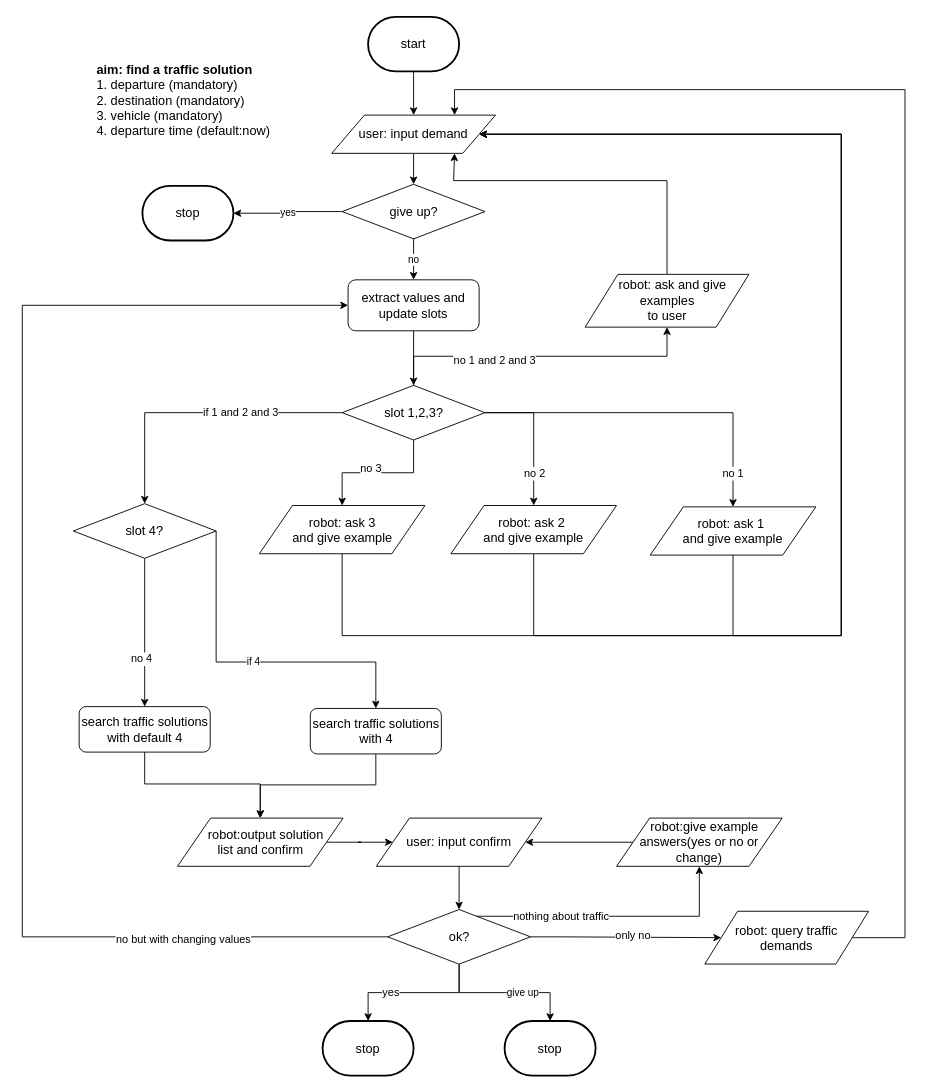
The draw.io diagram flow_diagram/traffic_consult.drawio in ricosr/travel_consult_chatbot, before the edit. Source tidied: cells renumbered, new cells numbered last; positions are measured from the earlier drawing's top-left corner, leaving out a move shared by most shapes. Both pictures are drawn from the tidied source at 91%, with x=0, y=0 at pixel (22, 16).
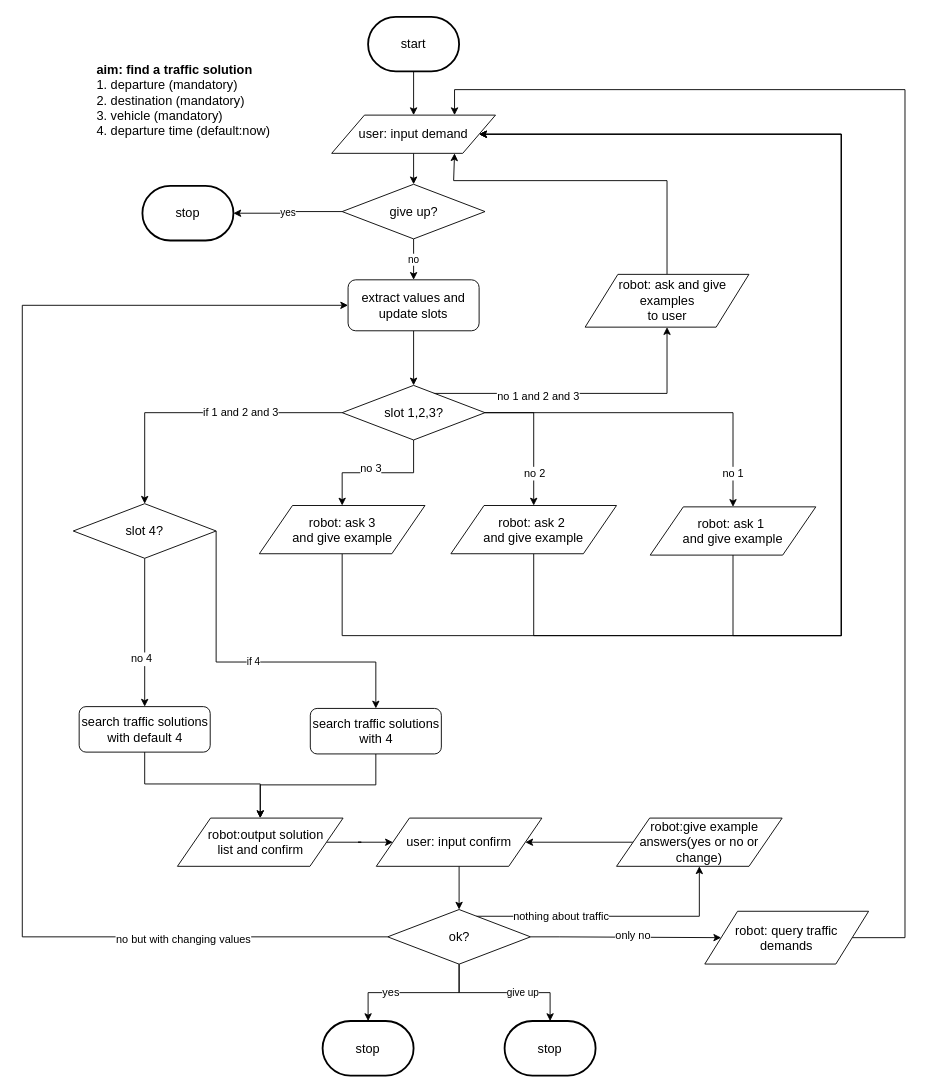
The same page after the edit.

Unchanged cells that the change refers to:
```xml
<mxCell id="13" value="&lt;font style=&quot;font-size: 14px&quot;&gt;slot 1,2,3?&lt;br&gt;&lt;/font&gt;" style="rhombus;whiteSpace=wrap;html=1;" parent="1" vertex="1">
  <mxGeometry x="351.5" y="405" width="157" height="60" as="geometry" />
</mxCell>
<mxCell id="52" value="&lt;span style=&quot;font-size: 14px ; white-space: normal&quot;&gt;&amp;nbsp; &amp;nbsp;robot: ask and give examples &lt;br&gt;to user&lt;/span&gt;" style="shape=parallelogram;perimeter=parallelogramPerimeter;whiteSpace=wrap;html=1;" parent="1" vertex="1">
  <mxGeometry x="618.5" y="283" width="180" height="58" as="geometry" />
</mxCell>
```

The edit, as a diff of the source:
```diff
@@
-    <mxCell id="11" style="edgeStyle=orthogonalEdgeStyle;rounded=0;jettySize=auto;html=1;exitX=0.5;exitY=0;exitDx=0;exitDy=0;entryX=0.5;entryY=1;entryDx=0;entryDy=0;" parent="1" edge="1" source="13" target="52">
+    <mxCell id="11" style="edgeStyle=orthogonalEdgeStyle;rounded=0;jettySize=auto;html=1;exitX=0.633;exitY=0.147;exitDx=0;exitDy=0;entryX=0.5;entryY=1;entryDx=0;entryDy=0;exitPerimeter=0;" parent="1" edge="1" source="13" target="52">
       <mxGeometry relative="1" as="geometry" />
     </mxCell>
```
